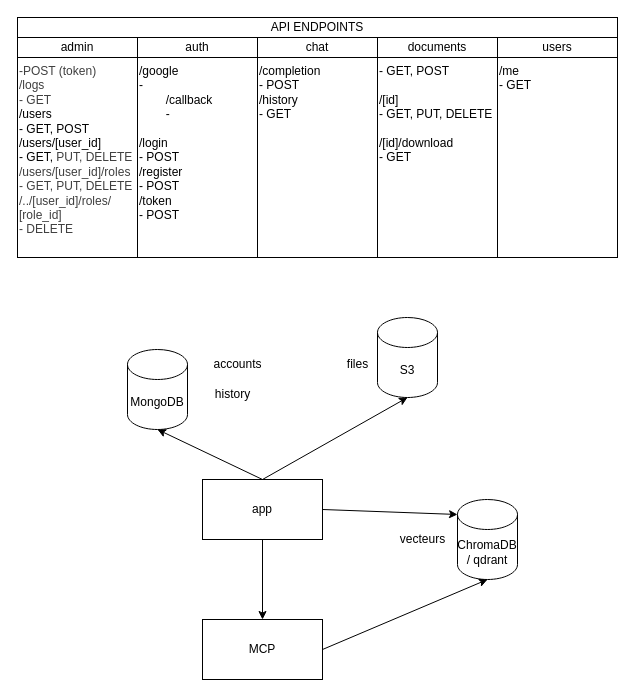
The draw.io diagram references/archi.drawio in Math-Vov13/EmployAI, before the edit. Source tidied: cells renumbered, new cells numbered last; positions are measured from the earlier drawing's top-left corner, leaving out a move shared by most shapes. Both pictures are drawn from the tidied source at 100%, with x=0, y=0 at pixel (17, 17).
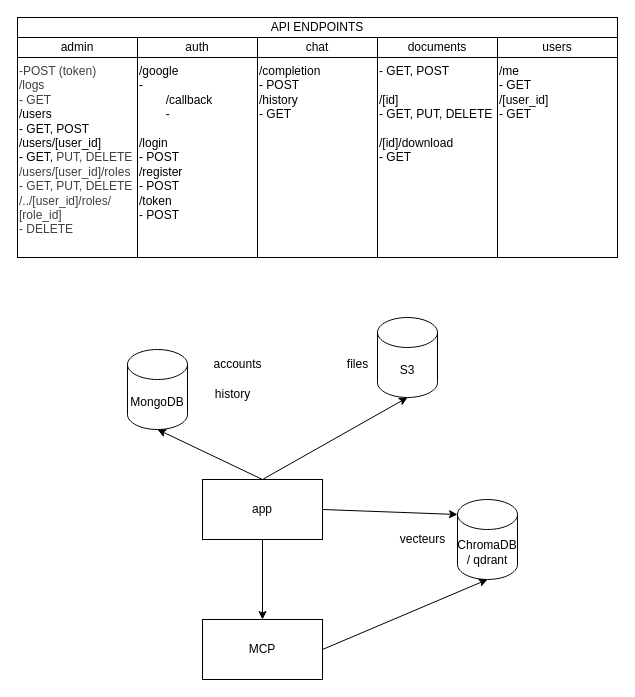
The same diagram, later.

Diff of the diagram source:
```diff
@@
-    <mxCell id="29" value="/me&lt;div&gt;- GET&lt;/div&gt;" style="text;strokeColor=none;align=left;fillColor=none;html=1;verticalAlign=top;whiteSpace=wrap;rounded=0;" parent="1" vertex="1">
+    <mxCell id="29" value="/me&lt;div&gt;- GET&lt;/div&gt;&lt;div&gt;/[user_id]&lt;/div&gt;&lt;div&gt;- GET&lt;/div&gt;" style="text;strokeColor=none;align=left;fillColor=none;html=1;verticalAlign=top;whiteSpace=wrap;rounded=0;" parent="1" vertex="1">
       <mxGeometry x="480" y="40" width="120" height="200" as="geometry" />
     </mxCell>
```
